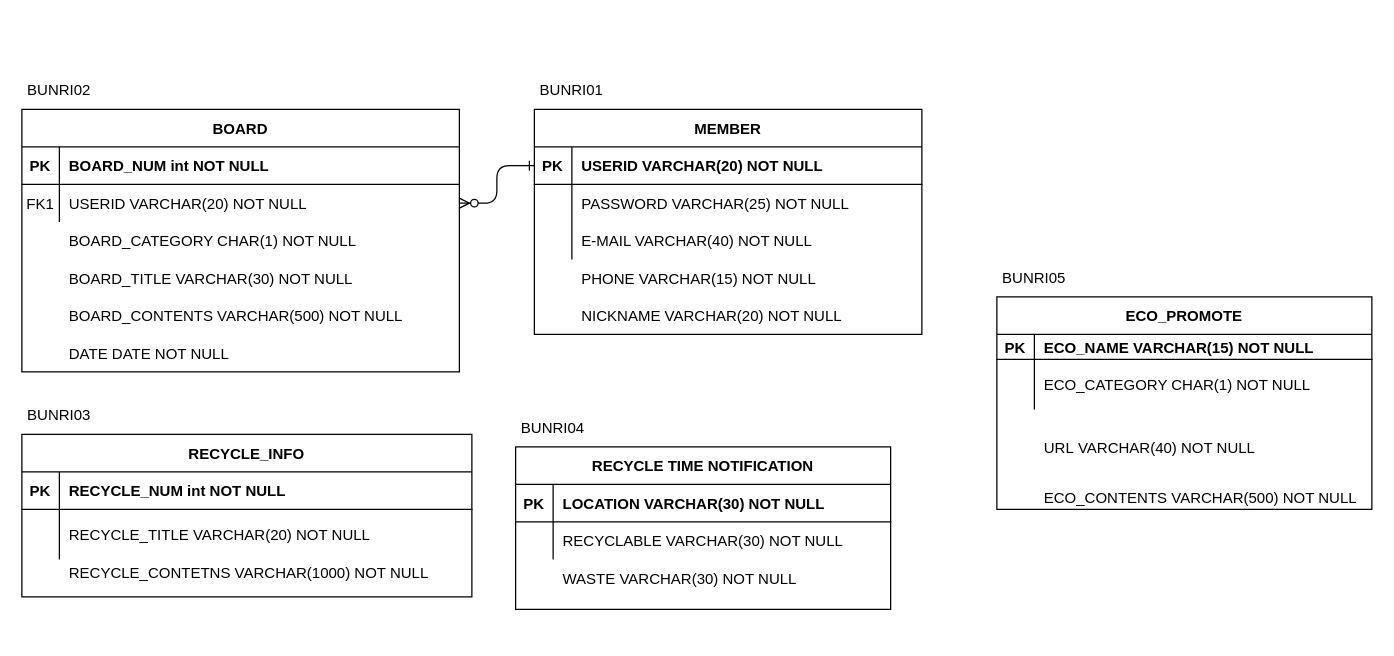
Earlier version of the draw.io diagram page "eng" (1 of 2) of recycleDB.drawio (jgy2808/TERM_Project). Source tidied: cells renumbered, new cells numbered last; positions are measured from the earlier drawing's top-left corner, leaving out a move shared by most shapes. Both pictures are drawn from the tidied source at 125%, with x=0, y=0 at pixel (21, 71).
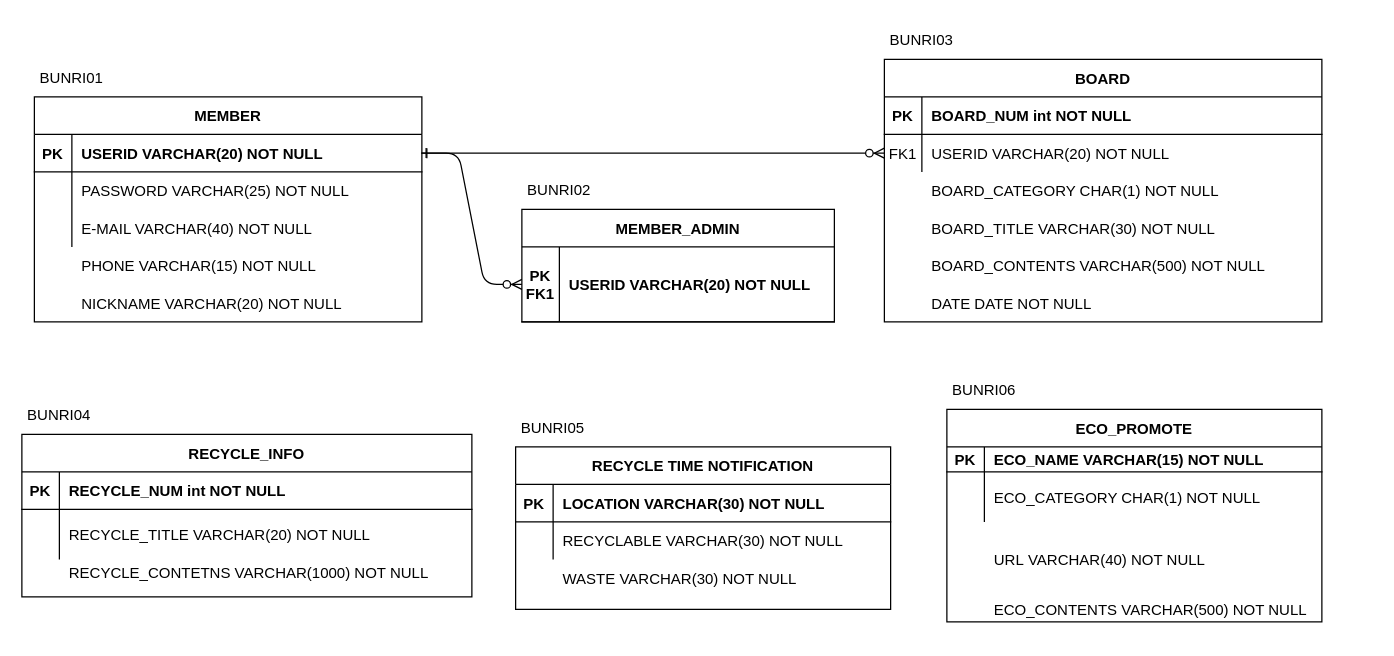
Above is the later version.

Unchanged cells that the change refers to:
```xml
<mxCell id="4" style="shape=partialRectangle;fillColor=none;points=[[0,0.5],[1,0.5]];portConstraint=eastwest;top=0;left=0;right=0;bottom=1;" parent="3" vertex="1">
  <mxGeometry y="30" width="310" height="30" as="geometry" />
</mxCell>
<mxCell id="24" style="shape=partialRectangle;fillColor=none;points=[[0,0.5],[1,0.5]];portConstraint=eastwest;top=0;left=0;right=0;bottom=0;" parent="20" vertex="1">
  <mxGeometry y="60" width="350" height="30" as="geometry" />
</mxCell>
```

Change to the diagram source:
```diff
@@
     <mxCell id="2" value="NICKNAME VARCHAR(20) NOT NULL" style="shape=partialRectangle;overflow=hidden;fillColor=none;top=0;left=0;bottom=0;right=0;align=left;spacingLeft=6;" parent="1" vertex="1">
-      <mxGeometry x="440" y="180" width="220" height="30" as="geometry" />
+      <mxGeometry x="40" y="170" width="220" height="30" as="geometry" />
     </mxCell>
     <mxCell id="3" value="MEMBER" style="shape=table;startSize=30;childLayout=tableLayout;rowLines=0;fontStyle=1;align=center;" parent="1" vertex="1">
-      <mxGeometry x="410" y="30" width="310" height="180" as="geometry" />
+      <mxGeometry x="10" y="20" width="310" height="180" as="geometry" />
     </mxCell>
@@
     <mxCell id="20" value="BOARD" style="shape=table;startSize=30;childLayout=tableLayout;rowLines=0;fontStyle=1;align=center;" parent="1" vertex="1">
-      <mxGeometry y="30" width="350" height="210" as="geometry" />
+      <mxGeometry x="690" y="-10" width="350" height="210" as="geometry" />
     </mxCell>
@@
     <mxCell id="27" value="PHONE VARCHAR(15) NOT NULL" style="shape=partialRectangle;overflow=hidden;fillColor=none;top=0;left=0;bottom=0;right=0;align=left;spacingLeft=6;" parent="1" vertex="1">
-      <mxGeometry x="440" y="150" width="220" height="30" as="geometry" />
+      <mxGeometry x="40" y="140" width="220" height="30" as="geometry" />
     </mxCell>
-    <mxCell id="28" style="edgeStyle=entityRelationEdgeStyle;endArrow=ERzeroToMany;startArrow=ERone;endFill=1;startFill=0;exitX=0;exitY=0.5;exitDx=0;exitDy=0;entryX=1;entryY=0.5;entryDx=0;entryDy=0;" parent="1" edge="1" source="4" target="24">
+    <mxCell id="28" style="edgeStyle=entityRelationEdgeStyle;endArrow=ERzeroToMany;startArrow=ERone;endFill=1;startFill=0;exitX=1;exitY=0.5;exitDx=0;exitDy=0;" parent="1" edge="1" source="4" target="24">
       <mxGeometry relative="1" as="geometry" />
     </mxCell>
     <mxCell id="29" value="BOARD_TITLE VARCHAR(30) NOT NULL" style="shape=partialRectangle;overflow=hidden;fillColor=none;top=0;left=0;bottom=0;right=0;align=left;spacingLeft=6;" parent="1" vertex="1">
-      <mxGeometry x="30" y="150" width="280" height="30" as="geometry" />
+      <mxGeometry x="720" y="110" width="280" height="30" as="geometry" />
     </mxCell>
     <mxCell id="30" value="DATE DATE NOT NULL" style="shape=partialRectangle;overflow=hidden;fillColor=none;top=0;left=0;bottom=0;right=0;align=left;spacingLeft=6;" parent="1" vertex="1">
-      <mxGeometry x="30" y="210" width="220" height="30" as="geometry" />
+      <mxGeometry x="720" y="170" width="220" height="30" as="geometry" />
     </mxCell>
@@
     <mxCell id="32" value="BOARD_CONTENTS VARCHAR(500) NOT NULL" style="shape=partialRectangle;overflow=hidden;fillColor=none;top=0;left=0;bottom=0;right=0;align=left;spacingLeft=6;" parent="1" vertex="1">
-      <mxGeometry x="30" y="180" width="290" height="30" as="geometry" />
+      <mxGeometry x="720" y="140" width="290" height="30" as="geometry" />
     </mxCell>
@@
     <mxCell id="40" value="BOARD_CATEGORY CHAR(1) NOT NULL" style="shape=partialRectangle;overflow=hidden;fillColor=none;top=0;left=0;bottom=0;right=0;align=left;spacingLeft=6;" parent="1" vertex="1">
-      <mxGeometry x="30" y="120" width="300" height="30" as="geometry" />
+      <mxGeometry x="720" y="80" width="300" height="30" as="geometry" />
     </mxCell>
-    <mxCell id="41" value="BUNRI04" style="text;html=1;strokeColor=none;fillColor=none;align=center;verticalAlign=middle;whiteSpace=wrap;rounded=0;" parent="1" vertex="1">
+    <mxCell id="41" value="BUNRI05" style="text;html=1;strokeColor=none;fillColor=none;align=center;verticalAlign=middle;whiteSpace=wrap;rounded=0;" parent="1" vertex="1">
       <mxGeometry x="395" y="270" width="60" height="30" as="geometry" />
     </mxCell>
-    <mxCell id="42" value="BUNRI03" style="text;html=1;strokeColor=none;fillColor=none;align=center;verticalAlign=middle;whiteSpace=wrap;rounded=0;" parent="1" vertex="1">
+    <mxCell id="42" value="BUNRI04" style="text;html=1;strokeColor=none;fillColor=none;align=center;verticalAlign=middle;whiteSpace=wrap;rounded=0;" parent="1" vertex="1">
       <mxGeometry y="260" width="60" height="30" as="geometry" />
     </mxCell>
     <mxCell id="43" value="BUNRI01" style="text;html=1;strokeColor=none;fillColor=none;align=center;verticalAlign=middle;whiteSpace=wrap;rounded=0;" parent="1" vertex="1">
-      <mxGeometry x="410" width="60" height="30" as="geometry" />
+      <mxGeometry x="10" y="-10" width="60" height="30" as="geometry" />
     </mxCell>
     <mxCell id="44" value="ECO_PROMOTE" style="shape=table;startSize=30;childLayout=tableLayout;rowLines=0;fontStyle=1;align=center;" parent="1" vertex="1">
-      <mxGeometry x="780" y="180" width="300" height="170" as="geometry" />
+      <mxGeometry x="740" y="270" width="300" height="170" as="geometry" />
     </mxCell>
@@
-    <mxCell id="51" value="BUNRI05" style="text;html=1;strokeColor=none;fillColor=none;align=center;verticalAlign=middle;whiteSpace=wrap;rounded=0;" parent="1" vertex="1">
-      <mxGeometry x="780" y="150" width="60" height="30" as="geometry" />
+    <mxCell id="51" value="BUNRI06" style="text;html=1;strokeColor=none;fillColor=none;align=center;verticalAlign=middle;whiteSpace=wrap;rounded=0;" parent="1" vertex="1">
+      <mxGeometry x="740" y="240" width="60" height="30" as="geometry" />
     </mxCell>
-    <mxCell id="52" value="BUNRI02" style="text;html=1;strokeColor=none;fillColor=none;align=center;verticalAlign=middle;whiteSpace=wrap;rounded=0;" parent="1" vertex="1">
-      <mxGeometry width="60" height="30" as="geometry" />
+    <mxCell id="52" value="BUNRI03" style="text;html=1;strokeColor=none;fillColor=none;align=center;verticalAlign=middle;whiteSpace=wrap;rounded=0;" parent="1" vertex="1">
+      <mxGeometry x="690" y="-40" width="60" height="30" as="geometry" />
     </mxCell>
     <mxCell id="53" value="URL VARCHAR(40) NOT NULL" style="shape=partialRectangle;overflow=hidden;fillColor=none;top=0;left=0;bottom=0;right=0;align=left;spacingLeft=6;" parent="1" vertex="1">
-      <mxGeometry x="810" y="280" width="270" height="40" as="geometry" />
+      <mxGeometry x="770" y="370" width="270" height="40" as="geometry" />
     </mxCell>
     <mxCell id="54" value="ECO_CONTENTS VARCHAR(500) NOT NULL" style="shape=partialRectangle;overflow=hidden;fillColor=none;top=0;left=0;bottom=0;right=0;align=left;spacingLeft=6;" parent="1" vertex="1">
-      <mxGeometry x="810" y="320" width="270" height="40" as="geometry" />
+      <mxGeometry x="770" y="410" width="270" height="40" as="geometry" />
     </mxCell>
@@
+    <mxCell id="56" value="MEMBER_ADMIN" style="shape=table;startSize=30;childLayout=tableLayout;rowLines=0;fontStyle=1;align=center;" parent="1" vertex="1">
+      <mxGeometry x="400" y="110" width="250" height="90" as="geometry" />
+    </mxCell>
+    <mxCell id="57" style="shape=partialRectangle;fillColor=none;points=[[0,0.5],[1,0.5]];portConstraint=eastwest;top=0;left=0;right=0;bottom=1;" parent="56" vertex="1">
+      <mxGeometry y="30" width="250" height="60" as="geometry" />
+    </mxCell>
+    <mxCell id="58" value="PK&#10;FK1" style="shape=partialRectangle;overflow=hidden;fillColor=none;top=0;left=0;bottom=0;right=0;fontStyle=1;" parent="57" vertex="1">
+      <mxGeometry width="30" height="60" as="geometry" />
+    </mxCell>
+    <mxCell id="59" value="USERID VARCHAR(20) NOT NULL" style="shape=partialRectangle;overflow=hidden;fillColor=none;top=0;left=0;bottom=0;right=0;align=left;spacingLeft=6;fontStyle=1;" parent="57" vertex="1">
+      <mxGeometry x="30" width="220" height="60" as="geometry" />
+    </mxCell>
+    <mxCell id="60" value="BUNRI02" style="text;html=1;strokeColor=none;fillColor=none;align=center;verticalAlign=middle;whiteSpace=wrap;rounded=0;" parent="1" vertex="1">
+      <mxGeometry x="400" y="80" width="60" height="30" as="geometry" />
+    </mxCell>
+    <mxCell id="61" style="edgeStyle=entityRelationEdgeStyle;endArrow=ERzeroToMany;startArrow=ERone;endFill=1;startFill=0;exitX=0.998;exitY=0.499;exitDx=0;exitDy=0;entryX=0;entryY=0.5;entryDx=0;entryDy=0;exitPerimeter=0;" parent="1" edge="1" source="4" target="57">
+      <mxGeometry relative="1" as="geometry" />
+    </mxCell>
```
